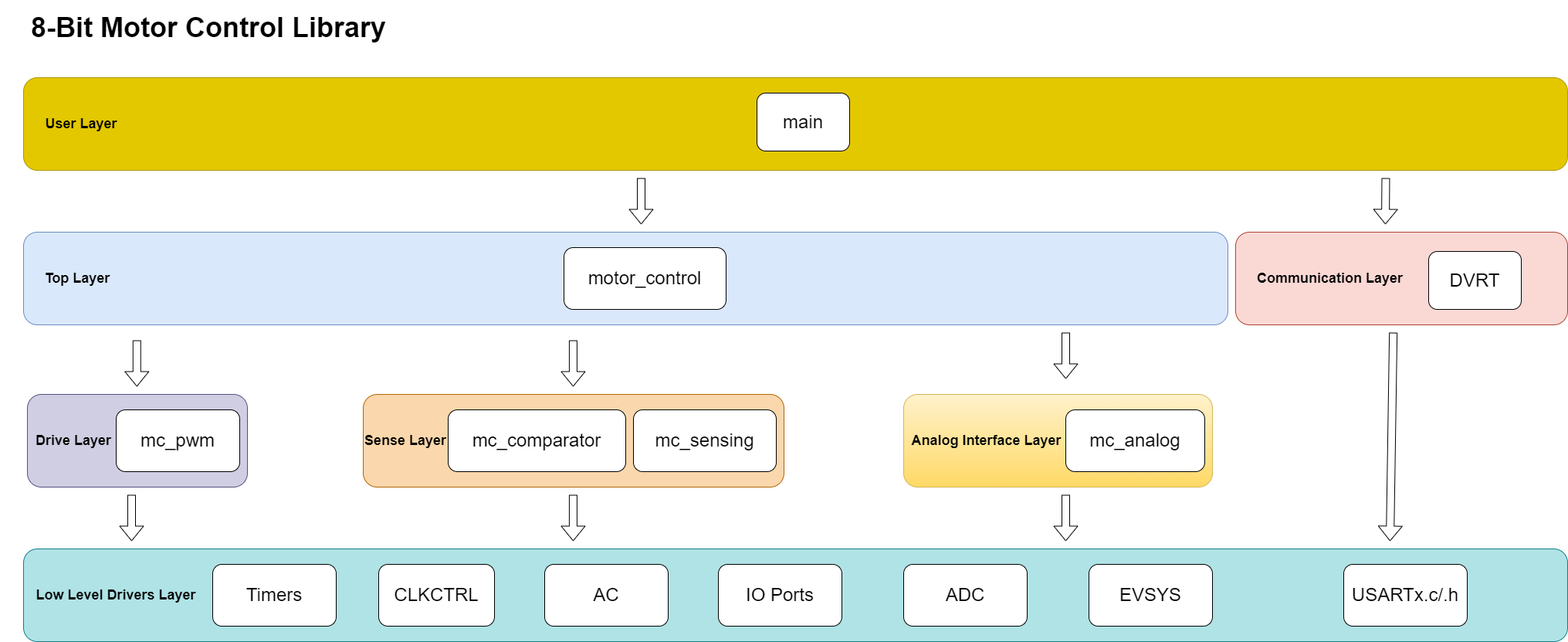
This is images/8bit_Motor_Control_Library_Block_Diagram.png from microchip-pic-avr-examples/avr16eb32-bldc-pmsm-motor-control-demo, a draw.io export, as it was before one commit. Source tidied: cells renumbered, new cells last; positions are measured from the earlier drawing's top-left corner, leaving out a move shared by most shapes.
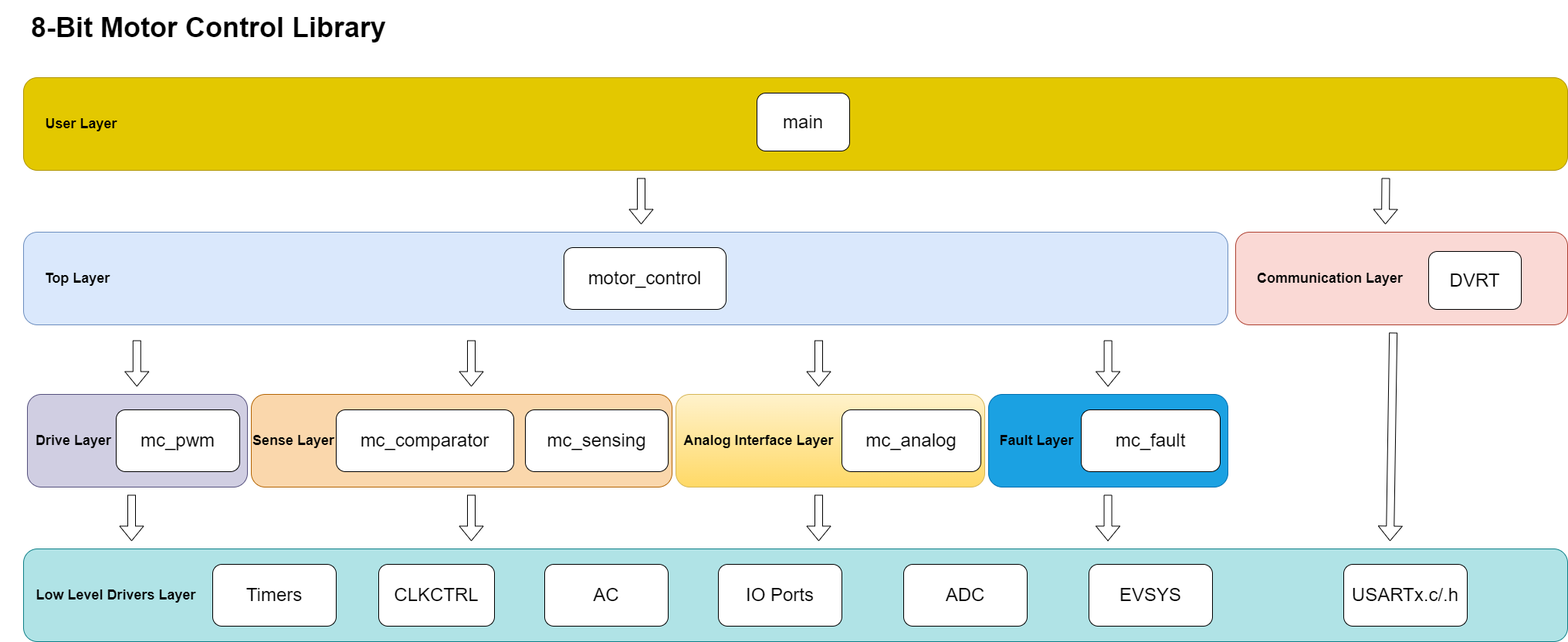
After the commit.

The edit, as a diff of the source:
```diff
@@ -6,10 +6,10 @@
       <mxGeometry x="30" y="710" width="2000" height="120" as="geometry" />
     </mxCell>
     <mxCell id="3" style="rounded=1;whiteSpace=wrap;html=1;fillColor=#fff2cc;strokeColor=#d6b656;gradientColor=#ffd966;" parent="1" vertex="1">
-      <mxGeometry x="1170" y="510" width="400" height="120" as="geometry" />
+      <mxGeometry x="875" y="510" width="400" height="120" as="geometry" />
     </mxCell>
     <mxCell id="4" style="rounded=1;whiteSpace=wrap;html=1;fillColor=#fad7ac;strokeColor=#b46504;" parent="1" vertex="1">
-      <mxGeometry x="470" y="510" width="545" height="120" as="geometry" />
+      <mxGeometry x="325" y="510" width="545" height="120" as="geometry" />
     </mxCell>
     <mxCell id="5" style="rounded=1;whiteSpace=wrap;html=1;fillColor=#fad9d5;strokeColor=#ae4132;" parent="1" vertex="1">
       <mxGeometry x="1600" y="300" width="430" height="120" as="geometry" />
@@ -33,16 +33,16 @@
       <mxGeometry x="730" y="320" width="210" height="80" as="geometry" />
     </mxCell>
     <mxCell id="12" value="&lt;font style=&quot;font-size: 24px;&quot;&gt;mc_analog&lt;/font&gt;" style="rounded=1;whiteSpace=wrap;html=1;" parent="1" vertex="1">
-      <mxGeometry x="1380" y="530" width="180" height="80" as="geometry" />
+      <mxGeometry x="1090" y="530" width="180" height="80" as="geometry" />
     </mxCell>
     <mxCell id="13" value="&lt;font style=&quot;font-size: 24px;&quot;&gt;mc_pwm&lt;/font&gt;" style="rounded=1;whiteSpace=wrap;html=1;" parent="1" vertex="1">
       <mxGeometry x="150" y="530" width="160" height="80" as="geometry" />
     </mxCell>
     <mxCell id="14" value="&lt;font style=&quot;font-size: 24px;&quot;&gt;mc_sensing&lt;/font&gt;" style="rounded=1;whiteSpace=wrap;html=1;" parent="1" vertex="1">
-      <mxGeometry x="820" y="530" width="185" height="80" as="geometry" />
+      <mxGeometry x="680" y="530" width="185" height="80" as="geometry" />
     </mxCell>
     <mxCell id="15" value="&lt;font style=&quot;font-size: 24px;&quot;&gt;mc_comparator&lt;/font&gt;" style="rounded=1;whiteSpace=wrap;html=1;" parent="1" vertex="1">
-      <mxGeometry x="580" y="530" width="230" height="80" as="geometry" />
+      <mxGeometry x="435" y="530" width="230" height="80" as="geometry" />
     </mxCell>
     <mxCell id="16" value="&lt;b&gt;&lt;font style=&quot;font-size: 18px;&quot;&gt;User Layer&lt;/font&gt;&lt;/b&gt;" style="text;html=1;strokeColor=none;fillColor=none;align=center;verticalAlign=middle;whiteSpace=wrap;rounded=0;" parent="1" vertex="1">
       <mxGeometry x="55" y="145" width="100" height="30" as="geometry" />
@@ -54,10 +54,10 @@
       <mxGeometry x="40" y="555" width="110" height="30" as="geometry" />
     </mxCell>
     <mxCell id="19" value="&lt;b&gt;&lt;font style=&quot;font-size: 18px;&quot;&gt;Sense Layer&lt;/font&gt;&lt;/b&gt;" style="text;html=1;strokeColor=none;fillColor=none;align=center;verticalAlign=middle;whiteSpace=wrap;rounded=0;" parent="1" vertex="1">
-      <mxGeometry x="470" y="555" width="110" height="30" as="geometry" />
+      <mxGeometry x="325" y="555" width="110" height="30" as="geometry" />
     </mxCell>
     <mxCell id="20" value="&lt;b&gt;&lt;font style=&quot;font-size: 18px;&quot;&gt;Analog Interface Layer&lt;/font&gt;&lt;/b&gt;" style="text;html=1;strokeColor=none;fillColor=none;align=center;verticalAlign=middle;whiteSpace=wrap;rounded=0;" parent="1" vertex="1">
-      <mxGeometry x="1175" y="555" width="205" height="30" as="geometry" />
+      <mxGeometry x="880" y="555" width="205" height="30" as="geometry" />
     </mxCell>
     <mxCell id="21" value="&lt;b&gt;&lt;font style=&quot;font-size: 18px;&quot;&gt;Communication Layer&lt;/font&gt;&lt;/b&gt;" style="text;html=1;strokeColor=none;fillColor=none;align=center;verticalAlign=middle;whiteSpace=wrap;rounded=0;" parent="1" vertex="1">
       <mxGeometry x="1620" y="345" width="205" height="30" as="geometry" />
@@ -109,14 +109,14 @@
     </mxCell>
     <mxCell id="33" style="shape=flexArrow;endArrow=classic;html=1;rounded=0;" parent="1" edge="1">
       <mxGeometry relative="1" as="geometry">
-        <mxPoint x="741.9" y="440" as="sourcePoint" />
-        <mxPoint x="741.9" y="500" as="targetPoint" />
+        <mxPoint x="610" y="440" as="sourcePoint" />
+        <mxPoint x="610" y="500" as="targetPoint" />
       </mxGeometry>
     </mxCell>
     <mxCell id="34" style="shape=flexArrow;endArrow=classic;html=1;rounded=0;" parent="1" edge="1">
       <mxGeometry relative="1" as="geometry">
-        <mxPoint x="1380" y="430" as="sourcePoint" />
-        <mxPoint x="1380" y="490" as="targetPoint" />
+        <mxPoint x="1060" y="440" as="sourcePoint" />
+        <mxPoint x="1060" y="500" as="targetPoint" />
       </mxGeometry>
     </mxCell>
     <mxCell id="35" style="shape=flexArrow;endArrow=classic;html=1;rounded=0;" parent="1" edge="1">
@@ -127,14 +127,14 @@
     </mxCell>
     <mxCell id="36" style="shape=flexArrow;endArrow=classic;html=1;rounded=0;" parent="1" edge="1">
       <mxGeometry relative="1" as="geometry">
-        <mxPoint x="741.9" y="640" as="sourcePoint" />
-        <mxPoint x="741.9" y="700" as="targetPoint" />
+        <mxPoint x="610" y="640" as="sourcePoint" />
+        <mxPoint x="610" y="700" as="targetPoint" />
       </mxGeometry>
     </mxCell>
     <mxCell id="37" style="shape=flexArrow;endArrow=classic;html=1;rounded=0;" parent="1" edge="1">
       <mxGeometry relative="1" as="geometry">
-        <mxPoint x="1380" y="640" as="sourcePoint" />
-        <mxPoint x="1380" y="700" as="targetPoint" />
+        <mxPoint x="1060" y="640" as="sourcePoint" />
+        <mxPoint x="1060" y="700" as="targetPoint" />
       </mxGeometry>
     </mxCell>
     <mxCell id="38" value="&lt;font style=&quot;font-size: 24px;&quot;&gt;DVRT&lt;/font&gt;" style="rounded=1;whiteSpace=wrap;html=1;" parent="1" vertex="1">
@@ -143,5 +143,26 @@
     <mxCell id="39" value="&lt;font style=&quot;font-size: 24px;&quot;&gt;CLKCTRL&lt;/font&gt;" style="rounded=1;whiteSpace=wrap;html=1;" parent="1" vertex="1">
       <mxGeometry x="490" y="730" width="150" height="80" as="geometry" />
     </mxCell>
+    <mxCell id="40" style="rounded=1;whiteSpace=wrap;html=1;fillColor=#1ba1e2;strokeColor=#006EAF;fontColor=#ffffff;" parent="1" vertex="1">
+      <mxGeometry x="1280" y="510" width="310" height="120" as="geometry" />
+    </mxCell>
+    <mxCell id="41" value="&lt;b&gt;&lt;font style=&quot;font-size: 18px;&quot;&gt;Fault Layer&lt;/font&gt;&lt;/b&gt;" style="text;html=1;strokeColor=none;fillColor=none;align=center;verticalAlign=middle;whiteSpace=wrap;rounded=0;" parent="1" vertex="1">
+      <mxGeometry x="1240" y="555" width="205" height="30" as="geometry" />
+    </mxCell>
+    <mxCell id="42" value="&lt;font style=&quot;font-size: 24px;&quot;&gt;mc_fault&lt;/font&gt;" style="rounded=1;whiteSpace=wrap;html=1;" parent="1" vertex="1">
+      <mxGeometry x="1400" y="530" width="180" height="80" as="geometry" />
+    </mxCell>
+    <mxCell id="43" style="shape=flexArrow;endArrow=classic;html=1;rounded=0;" parent="1" edge="1">
+      <mxGeometry relative="1" as="geometry">
+        <mxPoint x="1434.7" y="440" as="sourcePoint" />
+        <mxPoint x="1434.7" y="500" as="targetPoint" />
+      </mxGeometry>
+    </mxCell>
+    <mxCell id="44" style="shape=flexArrow;endArrow=classic;html=1;rounded=0;" parent="1" edge="1">
+      <mxGeometry relative="1" as="geometry">
+        <mxPoint x="1434.6" y="640" as="sourcePoint" />
+        <mxPoint x="1434.6" y="700" as="targetPoint" />
+      </mxGeometry>
+    </mxCell>
   </root>
 </mxGraphModel>
```
